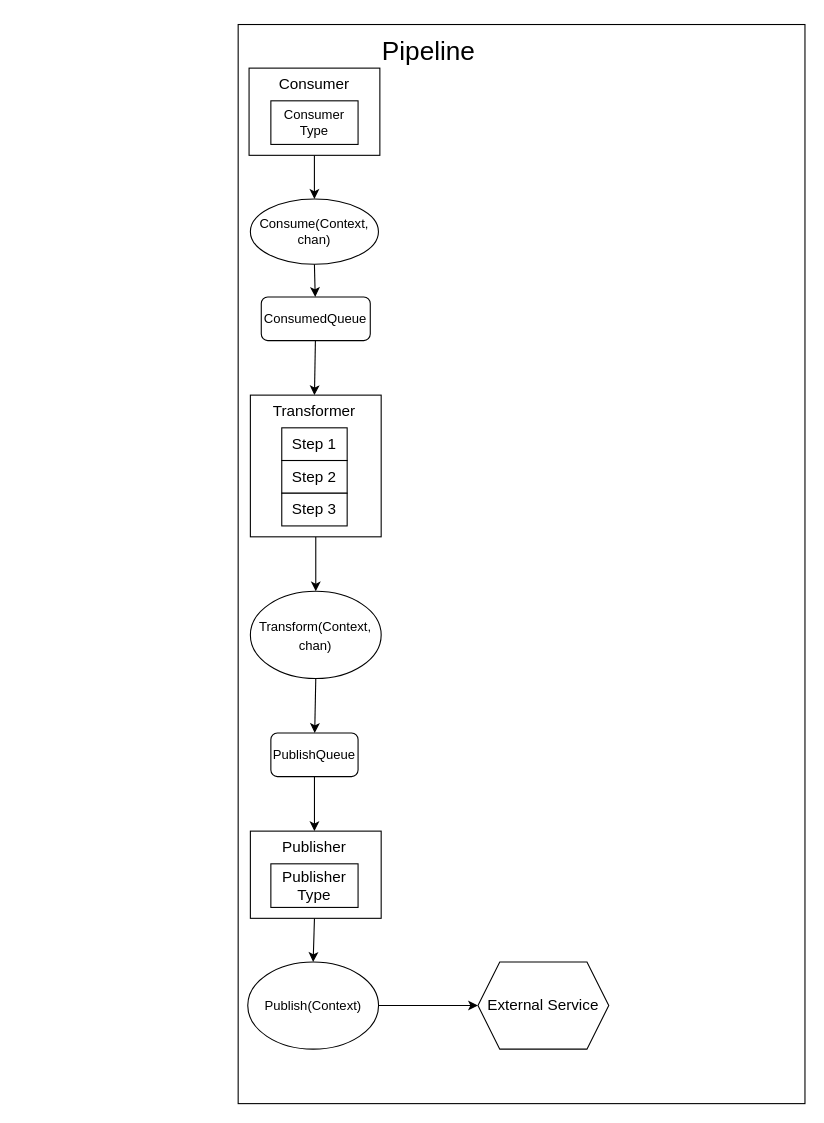
TheFairywarrior/config_con keeps this draw.io diagram as docs/architecture.drawio. Above is the earlier version. Source tidied: cells renumbered, new cells numbered last; positions are measured from the earlier drawing's top-left corner, leaving out a move shared by most shapes. Both pictures are drawn from the tidied source at 109%, with x=0, y=0 at pixel (238, 24).
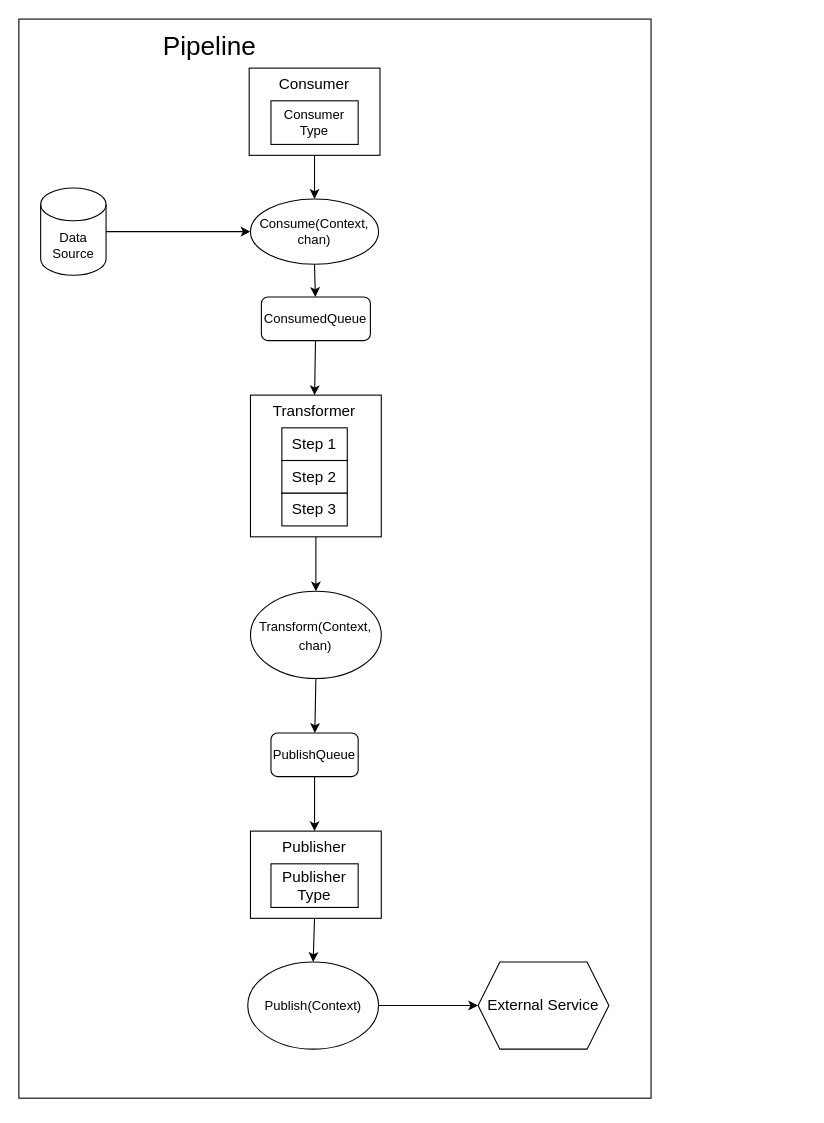
The same page after the edit.

Commit message (it also covers changes not shown here):
Started documenting config con basics

Change to the diagram source:
```diff
@@
     <mxCell id="2" style="rounded=0;whiteSpace=wrap;html=1;fillColor=default;" parent="1" vertex="1">
-      <mxGeometry width="520" height="990" as="geometry" />
+      <mxGeometry x="-201.2" y="-5" width="580" height="990" as="geometry" />
     </mxCell>
@@
     <mxCell id="4" style="rounded=0;whiteSpace=wrap;html=1;" parent="1" vertex="1">
-      <mxGeometry x="10" y="40" width="120" height="80" as="geometry" />
+      <mxGeometry x="10.1" y="40" width="120" height="80" as="geometry" />
     </mxCell>
     <mxCell id="5" value="Consumer Type" style="rounded=0;whiteSpace=wrap;html=1;" parent="1" vertex="1">
-      <mxGeometry x="30" y="70" width="80" height="40" as="geometry" />
+      <mxGeometry x="30.1" y="70" width="80" height="40" as="geometry" />
     </mxCell>
     <mxCell id="6" value="&lt;font style=&quot;font-size: 14px;&quot;&gt;Consumer&lt;/font&gt;" style="text;html=1;strokeColor=none;fillColor=none;align=center;verticalAlign=middle;whiteSpace=wrap;rounded=0;" parent="1" vertex="1">
-      <mxGeometry x="40" y="40" width="60" height="30" as="geometry" />
+      <mxGeometry x="40.1" y="40" width="60" height="30" as="geometry" />
     </mxCell>
     <mxCell id="7" value="&lt;font style=&quot;font-size: 24px&quot;&gt;Pipeline&lt;/font&gt;" style="text;html=1;strokeColor=none;fillColor=none;align=center;verticalAlign=middle;whiteSpace=wrap;rounded=0;" parent="1" vertex="1">
-      <mxGeometry x="145" y="10" width="60" height="30" as="geometry" />
+      <mxGeometry x="-56.2" y="5" width="60" height="30" as="geometry" />
     </mxCell>
@@
     <mxCell id="9" value="Consume(Context, chan)" style="ellipse;whiteSpace=wrap;html=1;" parent="1" vertex="1">
-      <mxGeometry x="11.2" y="160" width="117.5" height="60" as="geometry" />
+      <mxGeometry x="11.3" y="160" width="117.5" height="60" as="geometry" />
     </mxCell>
@@
     <mxCell id="11" value="ConsumedQueue" style="rounded=1;whiteSpace=wrap;html=1;" parent="1" vertex="1">
-      <mxGeometry x="21.2" y="250" width="100" height="40" as="geometry" />
+      <mxGeometry x="21.3" y="250" width="100" height="40" as="geometry" />
     </mxCell>
@@
     <mxCell id="13" style="rounded=0;whiteSpace=wrap;html=1;" parent="1" vertex="1">
-      <mxGeometry x="11.2" y="340" width="120" height="130" as="geometry" />
+      <mxGeometry x="11.3" y="340" width="120" height="130" as="geometry" />
     </mxCell>
     <mxCell id="14" value="&lt;font style=&quot;font-size: 14px&quot;&gt;Transformer&lt;/font&gt;" style="text;html=1;strokeColor=none;fillColor=none;align=center;verticalAlign=middle;whiteSpace=wrap;rounded=0;" parent="1" vertex="1">
-      <mxGeometry x="40" y="340" width="60" height="30" as="geometry" />
+      <mxGeometry x="40.1" y="340" width="60" height="30" as="geometry" />
     </mxCell>
     <mxCell id="15" value="Step 1" style="rounded=0;whiteSpace=wrap;html=1;fontSize=14;" parent="1" vertex="1">
-      <mxGeometry x="40" y="370" width="60" height="30" as="geometry" />
+      <mxGeometry x="40.1" y="370" width="60" height="30" as="geometry" />
     </mxCell>
     <mxCell id="16" value="Step 2" style="rounded=0;whiteSpace=wrap;html=1;fontSize=14;" parent="1" vertex="1">
-      <mxGeometry x="40" y="400" width="60" height="30" as="geometry" />
+      <mxGeometry x="40.1" y="400" width="60" height="30" as="geometry" />
     </mxCell>
     <mxCell id="17" value="Step 3" style="rounded=0;whiteSpace=wrap;html=1;fontSize=14;" parent="1" vertex="1">
-      <mxGeometry x="40" y="430" width="60" height="30" as="geometry" />
+      <mxGeometry x="40.1" y="430" width="60" height="30" as="geometry" />
     </mxCell>
@@
     <mxCell id="19" value="&lt;font style=&quot;font-size: 12px&quot;&gt;Transform(Context, chan)&lt;/font&gt;" style="ellipse;whiteSpace=wrap;html=1;fontSize=14;" parent="1" vertex="1">
-      <mxGeometry x="11.2" y="520" width="120" height="80" as="geometry" />
+      <mxGeometry x="11.3" y="520" width="120" height="80" as="geometry" />
     </mxCell>
@@
     <mxCell id="21" value="PublishQueue" style="rounded=1;whiteSpace=wrap;html=1;" parent="1" vertex="1">
-      <mxGeometry x="30" y="650" width="80" height="40" as="geometry" />
+      <mxGeometry x="30.1" y="650" width="80" height="40" as="geometry" />
     </mxCell>
@@
     <mxCell id="23" style="rounded=0;whiteSpace=wrap;html=1;fontSize=12;" parent="1" vertex="1">
-      <mxGeometry x="11.2" y="740" width="120" height="80" as="geometry" />
+      <mxGeometry x="11.3" y="740" width="120" height="80" as="geometry" />
     </mxCell>
     <mxCell id="24" value="&lt;font style=&quot;font-size: 14px&quot;&gt;Publisher&lt;/font&gt;" style="text;html=1;strokeColor=none;fillColor=none;align=center;verticalAlign=middle;whiteSpace=wrap;rounded=0;fontSize=12;" parent="1" vertex="1">
-      <mxGeometry x="40" y="740" width="60" height="30" as="geometry" />
+      <mxGeometry x="40.1" y="740" width="60" height="30" as="geometry" />
     </mxCell>
     <mxCell id="25" value="Publisher Type" style="rounded=0;whiteSpace=wrap;html=1;fontSize=14;" parent="1" vertex="1">
-      <mxGeometry x="30" y="770" width="80" height="40" as="geometry" />
+      <mxGeometry x="30.1" y="770" width="80" height="40" as="geometry" />
     </mxCell>
@@
     <mxCell id="28" value="External Service" style="shape=hexagon;perimeter=hexagonPerimeter2;whiteSpace=wrap;html=1;fixedSize=1;fontSize=14;" parent="1" vertex="1">
-      <mxGeometry x="220" y="860" width="120" height="80" as="geometry" />
+      <mxGeometry x="220.1" y="860" width="120" height="80" as="geometry" />
     </mxCell>
+    <mxCell id="29" style="edgeStyle=none;html=1;entryX=0;entryY=0.5;entryDx=0;entryDy=0;" parent="1" edge="1" source="30" target="9">
+      <mxGeometry relative="1" as="geometry" />
+    </mxCell>
+    <mxCell id="30" value="Data Source" style="shape=cylinder3;whiteSpace=wrap;html=1;boundedLbl=1;backgroundOutline=1;size=15;" parent="1" vertex="1">
+      <mxGeometry x="-181.2" y="150" width="60" height="80" as="geometry" />
+    </mxCell>
```
